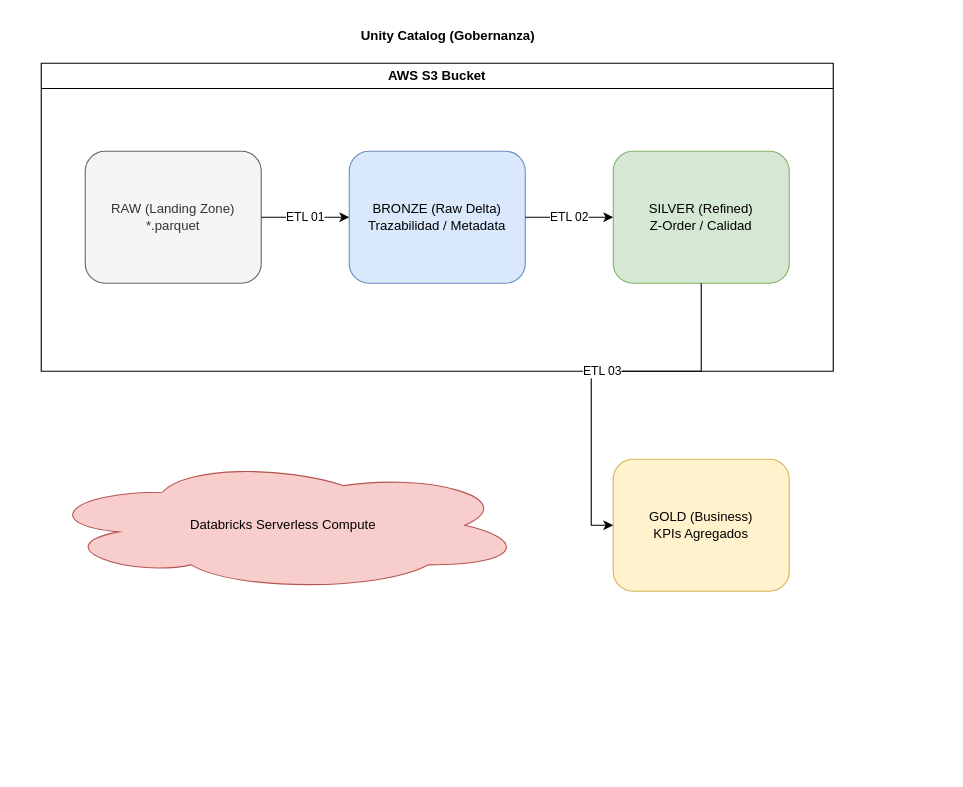
This is arquitectura_nyc.drawio from sposadap11/nyc-lakehouse-pipeline, a draw.io file, before an edit. Source tidied: cells renumbered, new cells numbered last; positions are measured from the earlier drawing's top-left corner, leaving out a move shared by most shapes. Both pictures are drawn from the tidied source at 110%, with x=0, y=0 at pixel (41, 19).
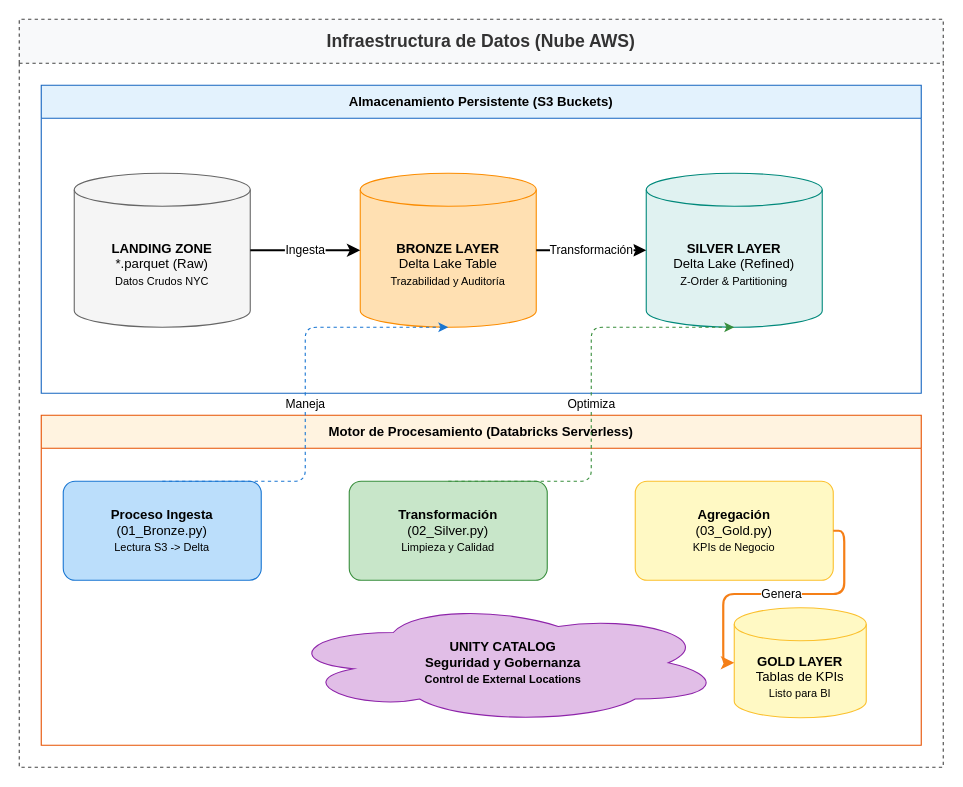
The same diagram, later.

Commit message:
Visuals: Highly improved and professional architecture diagram in draw.io

The edit, as a diff of the source:
```diff
@@
 <mxGraphModel>
   <root>
     <mxCell id="0" />
     <mxCell id="1" parent="0" />
-    <mxCell id="2" value="AWS S3 Bucket" style="swimlane;whiteSpace=wrap;html=1;startSize=23;" parent="1" vertex="1">
-      <mxGeometry y="40" width="720" height="280" as="geometry" />
-    </mxCell>
-    <mxCell id="3" value="RAW (Landing Zone)&#10;*.parquet" style="rounded=1;whiteSpace=wrap;html=1;fillColor=#f5f5f5;fontColor=#333333;strokeColor=#666666;" parent="2" vertex="1">
-      <mxGeometry x="40" y="80" width="160" height="120" as="geometry" />
-    </mxCell>
-    <mxCell id="4" value="BRONZE (Raw Delta)&#10;Trazabilidad / Metadata" style="rounded=1;whiteSpace=wrap;html=1;fillColor=#dae8fc;strokeColor=#6c8ebf;" parent="2" vertex="1">
-      <mxGeometry x="280" y="80" width="160" height="120" as="geometry" />
-    </mxCell>
-    <mxCell id="5" value="SILVER (Refined)&#10;Z-Order / Calidad" style="rounded=1;whiteSpace=wrap;html=1;fillColor=#d5e8d4;strokeColor=#82b366;" parent="2" vertex="1">
-      <mxGeometry x="520" y="80" width="160" height="120" as="geometry" />
-    </mxCell>
-    <mxCell id="6" value="GOLD (Business)&#10;KPIs Agregados" style="rounded=1;whiteSpace=wrap;html=1;fillColor=#fff2cc;strokeColor=#d6b656;" parent="1" vertex="1">
-      <mxGeometry x="520" y="400" width="160" height="120" as="geometry" />
-    </mxCell>
-    <mxCell id="7" value="Databricks Serverless Compute" style="ellipse;shape=cloud;whiteSpace=wrap;html=1;fillColor=#f8cecc;strokeColor=#b85450;" parent="1" vertex="1">
-      <mxGeometry y="400" width="440" height="120" as="geometry" />
-    </mxCell>
-    <mxCell id="8" value="ETL 01" style="edgeStyle=orthogonalEdgeStyle;rounded=0;jettySize=auto;html=1;exitX=1;exitY=0.5;exitDx=0;exitDy=0;entryX=0;entryY=0.5;entryDx=0;entryDy=0;" parent="1" edge="1" source="3" target="4">
-      <mxGeometry relative="1" as="geometry" />
-    </mxCell>
-    <mxCell id="9" value="ETL 02" style="edgeStyle=orthogonalEdgeStyle;rounded=0;jettySize=auto;html=1;exitX=1;exitY=0.5;exitDx=0;exitDy=0;entryX=0;entryY=0.5;entryDx=0;entryDy=0;" parent="1" edge="1" source="4" target="5">
-      <mxGeometry relative="1" as="geometry" />
-    </mxCell>
-    <mxCell id="10" value="ETL 03" style="edgeStyle=orthogonalEdgeStyle;rounded=0;jettySize=auto;html=1;exitX=0.5;exitY=1;exitDx=0;exitDy=0;entryX=0;entryY=0.5;entryDx=0;entryDy=0;" parent="1" edge="1" source="5" target="6">
-      <mxGeometry relative="1" as="geometry" />
-    </mxCell>
-    <mxCell id="11" value="Unity Catalog (Gobernanza)" style="text;html=1;strokeColor=none;fillColor=none;align=center;verticalAlign=middle;whiteSpace=wrap;rounded=0;fontStyle=1;" parent="1" vertex="1">
-      <mxGeometry x="280" width="180" height="30" as="geometry" />
-    </mxCell>
+    <mxCell id="12" value="Infraestructura de Datos (Nube AWS)" style="swimlane;whiteSpace=wrap;html=1;startSize=40;fillColor=#F8F9FA;strokeColor=#444444;dashed=1;fontStyle=1;fontSize=16;fontColor=#333333;arcSize=10;" parent="1" vertex="1">
+      <mxGeometry x="-20" width="840" height="680" as="geometry" />
+    </mxCell>
+    <mxCell id="13" value="Almacenamiento Persistente (S3 Buckets)" style="swimlane;whiteSpace=wrap;html=1;startSize=30;fillColor=#E3F2FD;strokeColor=#1565C0;fontStyle=1;arcSize=4;" parent="12" vertex="1">
+      <mxGeometry x="20" y="60" width="800" height="280" as="geometry" />
+    </mxCell>
+    <mxCell id="14" value="Motor de Procesamiento (Databricks Serverless)" style="swimlane;whiteSpace=wrap;html=1;startSize=30;fillColor=#FFF3E0;strokeColor=#E65100;fontStyle=1;arcSize=4;" parent="12" vertex="1">
+      <mxGeometry x="20" y="360" width="800" height="300" as="geometry" />
+    </mxCell>
+    <mxCell id="15" value="&lt;b&gt;LANDING ZONE&lt;/b&gt;&lt;br/&gt;*.parquet (Raw)&lt;br/&gt;&lt;small&gt;Datos Crudos NYC&lt;/small&gt;" style="shape=cylinder3;whiteSpace=wrap;html=1;boundedLbl=1;backgroundOutline=1;size=15;fillColor=#f5f5f5;strokeColor=#666666;" parent="13" vertex="1">
+      <mxGeometry x="30" y="80" width="160" height="140" as="geometry" />
+    </mxCell>
+    <mxCell id="16" value="&lt;b&gt;BRONZE LAYER&lt;/b&gt;&lt;br/&gt;Delta Lake Table&lt;br/&gt;&lt;small&gt;Trazabilidad y Auditoría&lt;/small&gt;" style="shape=cylinder3;whiteSpace=wrap;html=1;boundedLbl=1;backgroundOutline=1;size=15;fillColor=#FFE0B2;strokeColor=#FB8C00;" parent="13" vertex="1">
+      <mxGeometry x="290" y="80" width="160" height="140" as="geometry" />
+    </mxCell>
+    <mxCell id="17" value="&lt;b&gt;SILVER LAYER&lt;/b&gt;&lt;br/&gt;Delta Lake (Refined)&lt;br/&gt;&lt;small&gt;Z-Order &amp; Partitioning&lt;/small&gt;" style="shape=cylinder3;whiteSpace=wrap;html=1;boundedLbl=1;backgroundOutline=1;size=15;fillColor=#E0F2F1;strokeColor=#00897B;" parent="13" vertex="1">
+      <mxGeometry x="550" y="80" width="160" height="140" as="geometry" />
+    </mxCell>
+    <mxCell id="18" value="&lt;b&gt;Proceso Ingesta&lt;/b&gt;&lt;br/&gt;(01_Bronze.py)&lt;br/&gt;&lt;small&gt;Lectura S3 -&gt; Delta&lt;/small&gt;" style="rounded=1;whiteSpace=wrap;html=1;fillColor=#BBDEFB;strokeColor=#1976D2;arcSize=12;" parent="14" vertex="1">
+      <mxGeometry x="20" y="60" width="180" height="90" as="geometry" />
+    </mxCell>
+    <mxCell id="19" value="&lt;b&gt;Transformación&lt;/b&gt;&lt;br/&gt;(02_Silver.py)&lt;br/&gt;&lt;small&gt;Limpieza y Calidad&lt;/small&gt;" style="rounded=1;whiteSpace=wrap;html=1;fillColor=#C8E6C9;strokeColor=#388E3C;arcSize=12;" parent="14" vertex="1">
+      <mxGeometry x="280" y="60" width="180" height="90" as="geometry" />
+    </mxCell>
+    <mxCell id="20" value="&lt;b&gt;Agregación&lt;/b&gt;&lt;br/&gt;(03_Gold.py)&lt;br/&gt;&lt;small&gt;KPIs de Negocio&lt;/small&gt;" style="rounded=1;whiteSpace=wrap;html=1;fillColor=#FFF9C4;strokeColor=#FBC02D;arcSize=12;" parent="14" vertex="1">
+      <mxGeometry x="540" y="60" width="180" height="90" as="geometry" />
+    </mxCell>
+    <mxCell id="21" value="&lt;b&gt;UNITY CATALOG&lt;/b&gt;&lt;br/&gt;Seguridad y Gobernanza&lt;br/&gt;&lt;small&gt;Control de External Locations&lt;/small&gt;" style="shape=cloud;whiteSpace=wrap;html=1;fillColor=#E1BEE7;strokeColor=#8E24AA;fontStyle=1;" parent="14" vertex="1">
+      <mxGeometry x="220" y="170" width="400" height="110" as="geometry" />
+    </mxCell>
+    <mxCell id="22" value="&lt;b&gt;GOLD LAYER&lt;/b&gt;&lt;br/&gt;Tablas de KPIs&lt;br/&gt;&lt;small&gt;Listo para BI&lt;/small&gt;" style="shape=cylinder3;whiteSpace=wrap;html=1;boundedLbl=1;backgroundOutline=1;size=15;fillColor=#FFF9C4;strokeColor=#FBC02D;" parent="14" vertex="1">
+      <mxGeometry x="630" y="175" width="120" height="100" as="geometry" />
+    </mxCell>
+    <mxCell id="23" value="Ingesta" style="edgeStyle=orthogonalEdgeStyle;rounded=1;html=1;exitX=1;exitY=0.5;entryX=0;entryY=0.5;strokeWidth=2;" parent="13" edge="1" source="15" target="16">
+      <mxGeometry relative="1" as="geometry" />
+    </mxCell>
+    <mxCell id="24" value="Transformación" style="edgeStyle=orthogonalEdgeStyle;rounded=1;html=1;exitX=1;exitY=0.5;entryX=0;entryY=0.5;strokeWidth=2;" parent="13" edge="1" source="16" target="17">
+      <mxGeometry relative="1" as="geometry" />
+    </mxCell>
+    <mxCell id="25" value="Maneja" style="edgeStyle=elbowEdgeStyle;rounded=1;html=1;exitX=0.5;exitY=0;entryX=0.5;entryY=1;strokeColor=#1976D2;dashed=1;" parent="12" edge="1" source="18" target="16">
+      <mxGeometry relative="1" as="geometry" />
+    </mxCell>
+    <mxCell id="26" value="Optimiza" style="edgeStyle=elbowEdgeStyle;rounded=1;html=1;exitX=0.5;exitY=0;entryX=0.5;entryY=1;strokeColor=#388E3C;dashed=1;" parent="12" edge="1" source="19" target="17">
+      <mxGeometry relative="1" as="geometry" />
+    </mxCell>
+    <mxCell id="27" value="Genera" style="edgeStyle=orthogonalEdgeStyle;rounded=1;html=1;exitX=1;exitY=0.5;entryX=0;entryY=0.5;strokeColor=#F57F17;strokeWidth=2;" parent="14" edge="1" source="20" target="22">
+      <mxGeometry relative="1" as="geometry" />
+    </mxCell>
   </root>
 </mxGraphModel>
```
